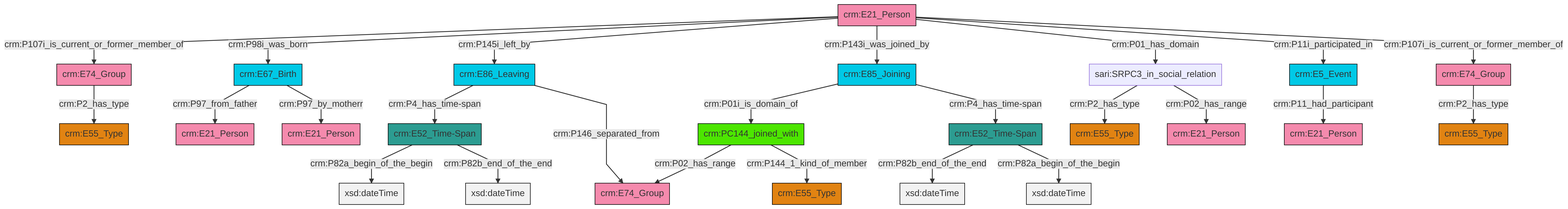
swiss-art-research-net/reference-data-models keeps this Mermaid diagram as et/personCSV/ttl/mmd/png/Person_Actor_Relations.png. Above is the earlier version. Its source is kept beside it as et/personCSV/ttl/mmd/Person_Actor_Relations.ttl.mmd.
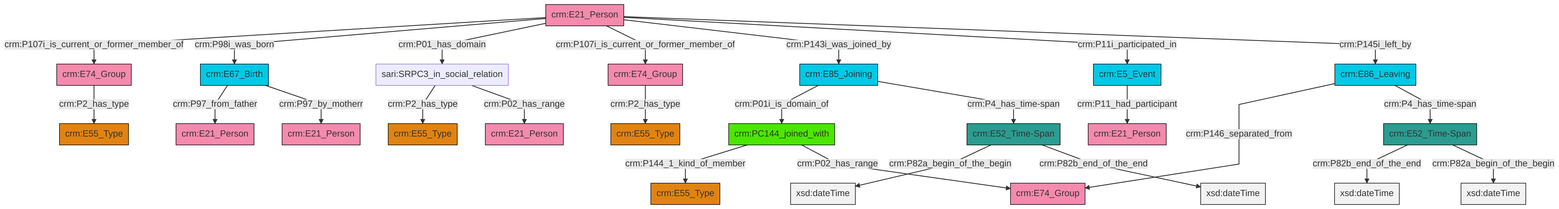
The same diagram one commit later.

Change to the diagram source:
```diff
@@ -13,27 +13,27 @@
 classDef PC_Classes fill:#4ce600, stroke:#000000;
 classDef Multi fill:#cccccc,stroke:#000000;
 
-0["sari:SRPC3_in_social_relation"]:::Default -->|crm:P2_has_type| 1["crm:E55_Type"]:::Type
-6["crm:E74_Group"]:::Actor -->|crm:P2_has_type| 7["crm:E55_Type"]:::Type
-10["crm:E21_Person"]:::Actor -->|crm:P107i_is_current_or_former_member_of| 11["crm:E74_Group"]:::Actor
-10["crm:E21_Person"]:::Actor -->|crm:P98i_was_born| 12["crm:E67_Birth"]:::Temporal_Entity
-11["crm:E74_Group"]:::Actor -->|crm:P2_has_type| 4["crm:E55_Type"]:::Type
-10["crm:E21_Person"]:::Actor -->|crm:P145i_left_by| 15["crm:E86_Leaving"]:::Temporal_Entity
-8["crm:E85_Joining"]:::Temporal_Entity -->|crm:P01i_is_domain_of| 26["crm:PC144_joined_with"]:::PC_Classes
-10["crm:E21_Person"]:::Actor -->|crm:P143i_was_joined_by| 8["crm:E85_Joining"]:::Temporal_Entity
-10["crm:E21_Person"]:::Actor -->|crm:P01_has_domain| 0["sari:SRPC3_in_social_relation"]:::Default
-15["crm:E86_Leaving"]:::Temporal_Entity -->|crm:P4_has_time-span| 2["crm:E52_Time-Span"]:::Time-Span
-10["crm:E21_Person"]:::Actor -->|crm:P11i_participated_in| 31["crm:E5_Event"]:::Temporal_Entity
-2["crm:E52_Time-Span"]:::Time-Span -->|crm:P82a_begin_of_the_begin| 32[xsd:dateTime]:::Literal
-0["sari:SRPC3_in_social_relation"]:::Default -->|crm:P02_has_range| 34["crm:E21_Person"]:::Actor
-2["crm:E52_Time-Span"]:::Time-Span -->|crm:P82b_end_of_the_end| 35[xsd:dateTime]:::Literal
-31["crm:E5_Event"]:::Temporal_Entity -->|crm:P11_had_participant| 22["crm:E21_Person"]:::Actor
-15["crm:E86_Leaving"]:::Temporal_Entity -->|crm:P146_separated_from| 17["crm:E74_Group"]:::Actor
-12["crm:E67_Birth"]:::Temporal_Entity -->|crm:P97_from_father| 24["crm:E21_Person"]:::Actor
-26["crm:PC144_joined_with"]:::PC_Classes -->|crm:P02_has_range| 17["crm:E74_Group"]:::Actor
-36["crm:E52_Time-Span"]:::Time-Span -->|crm:P82b_end_of_the_end| 37[xsd:dateTime]:::Literal
-12["crm:E67_Birth"]:::Temporal_Entity -->|crm:P97_by_motherr| 40["crm:E21_Person"]:::Actor
-10["crm:E21_Person"]:::Actor -->|crm:P107i_is_current_or_former_member_of| 6["crm:E74_Group"]:::Actor
-8["crm:E85_Joining"]:::Temporal_Entity -->|crm:P4_has_time-span| 36["crm:E52_Time-Span"]:::Time-Span
-26["crm:PC144_joined_with"]:::PC_Classes -->|crm:P144_1_kind_of_member| 20["crm:E55_Type"]:::Type
-36["crm:E52_Time-Span"]:::Time-Span -->|crm:P82a_begin_of_the_begin| 46[xsd:dateTime]:::Literal
+2["sari:SRPC3_in_social_relation"]:::Default -->|crm:P2_has_type| 3["crm:E55_Type"]:::Type
+6["crm:E21_Person"]:::Actor -->|crm:P107i_is_current_or_former_member_of| 7["crm:E74_Group"]:::Actor
+11["crm:E52_Time-Span"]:::Time-Span -->|crm:P82b_end_of_the_end| 12[xsd:dateTime]:::Literal
+6["crm:E21_Person"]:::Actor -->|crm:P98i_was_born| 15["crm:E67_Birth"]:::Temporal_Entity
+6["crm:E21_Person"]:::Actor -->|crm:P01_has_domain| 2["sari:SRPC3_in_social_relation"]:::Default
+21["crm:E85_Joining"]:::Temporal_Entity -->|crm:P01i_is_domain_of| 22["crm:PC144_joined_with"]:::PC_Classes
+21["crm:E85_Joining"]:::Temporal_Entity -->|crm:P4_has_time-span| 23["crm:E52_Time-Span"]:::Time-Span
+6["crm:E21_Person"]:::Actor -->|crm:P107i_is_current_or_former_member_of| 4["crm:E74_Group"]:::Actor
+23["crm:E52_Time-Span"]:::Time-Span -->|crm:P82a_begin_of_the_begin| 29[xsd:dateTime]:::Literal
+7["crm:E74_Group"]:::Actor -->|crm:P2_has_type| 0["crm:E55_Type"]:::Type
+4["crm:E74_Group"]:::Actor -->|crm:P2_has_type| 9["crm:E55_Type"]:::Type
+6["crm:E21_Person"]:::Actor -->|crm:P143i_was_joined_by| 21["crm:E85_Joining"]:::Temporal_Entity
+15["crm:E67_Birth"]:::Temporal_Entity -->|crm:P97_from_father| 25["crm:E21_Person"]:::Actor
+11["crm:E52_Time-Span"]:::Time-Span -->|crm:P82a_begin_of_the_begin| 38[xsd:dateTime]:::Literal
+39["crm:E86_Leaving"]:::Temporal_Entity -->|crm:P146_separated_from| 34["crm:E74_Group"]:::Actor
+6["crm:E21_Person"]:::Actor -->|crm:P11i_participated_in| 17["crm:E5_Event"]:::Temporal_Entity
+22["crm:PC144_joined_with"]:::PC_Classes -->|crm:P144_1_kind_of_member| 13["crm:E55_Type"]:::Type
+17["crm:E5_Event"]:::Temporal_Entity -->|crm:P11_had_participant| 31["crm:E21_Person"]:::Actor
+23["crm:E52_Time-Span"]:::Time-Span -->|crm:P82b_end_of_the_end| 44[xsd:dateTime]:::Literal
+15["crm:E67_Birth"]:::Temporal_Entity -->|crm:P97_by_motherr| 27["crm:E21_Person"]:::Actor
+39["crm:E86_Leaving"]:::Temporal_Entity -->|crm:P4_has_time-span| 11["crm:E52_Time-Span"]:::Time-Span
+22["crm:PC144_joined_with"]:::PC_Classes -->|crm:P02_has_range| 34["crm:E74_Group"]:::Actor
+2["sari:SRPC3_in_social_relation"]:::Default -->|crm:P02_has_range| 19["crm:E21_Person"]:::Actor
+6["crm:E21_Person"]:::Actor -->|crm:P145i_left_by| 39["crm:E86_Leaving"]:::Temporal_Entity
```
